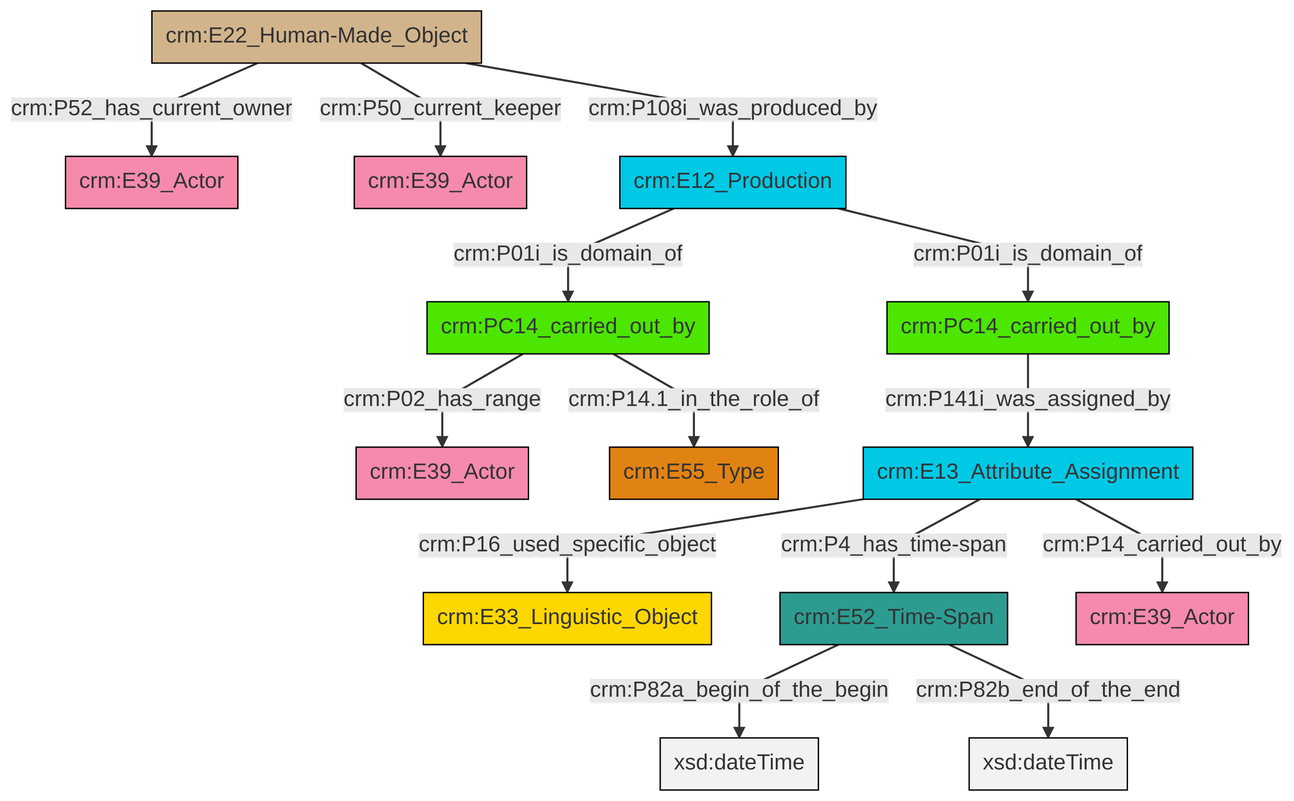
Earlier version of the Mermaid export et/carrierCSV/ttl/mmd/png/carrier_relations.png (swiss-art-research-net/docs.swissartresearch). Its source is kept beside it as et/carrierCSV/ttl/mmd/carrier_relations.ttl.mmd.
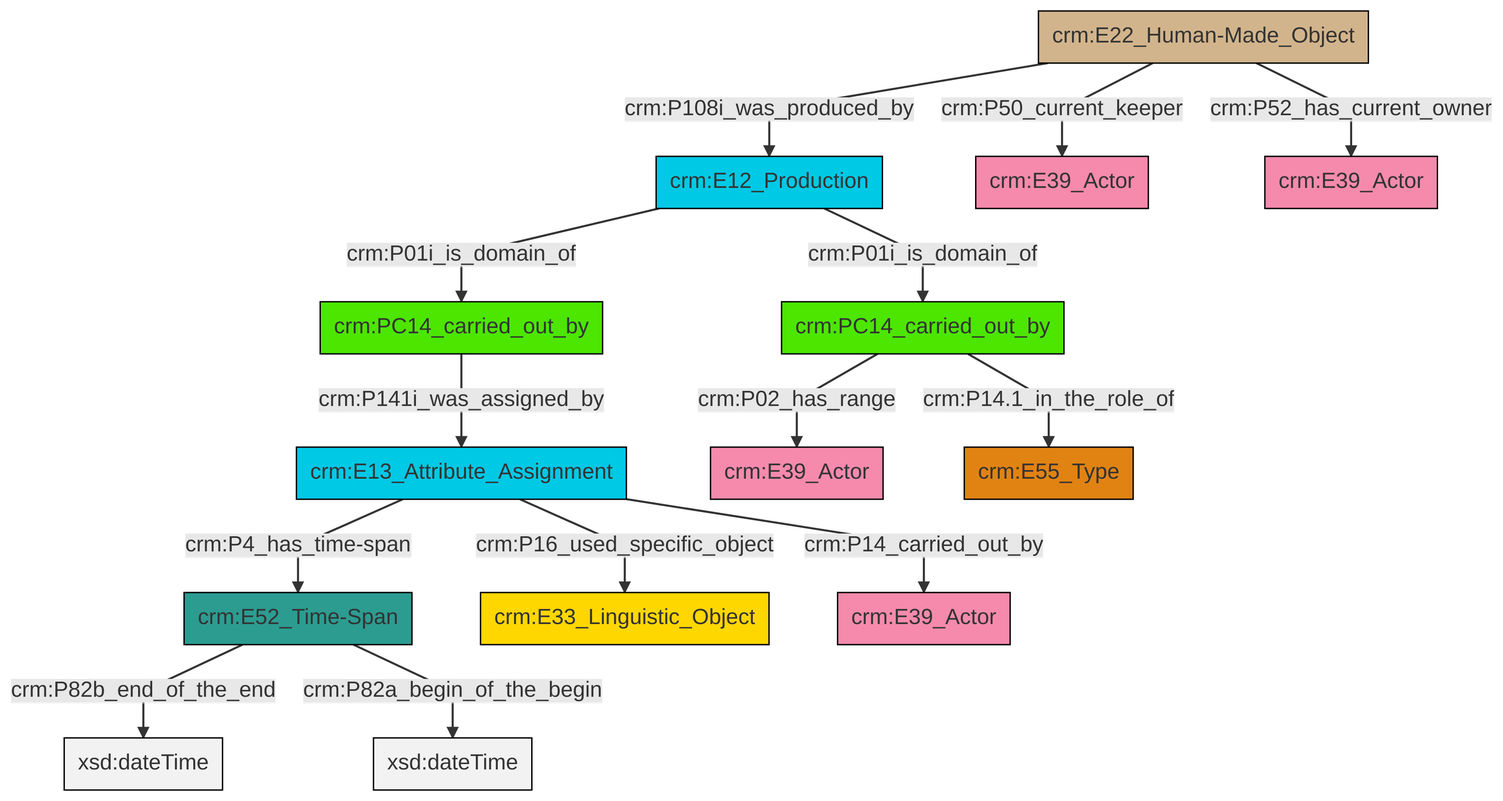
The same file after the commit.

What changed in the source:
```diff
@@ -13,16 +13,16 @@
 classDef PC_Classes fill:#4ce600, stroke:#000000;
 classDef Multi fill:#cccccc,stroke:#000000;
 
-0["crm:E22_Human-Made_Object"]:::Physical_Thing -->|crm:P52_has_current_owner| 1["crm:E39_Actor"]:::Actor
-4["crm:E52_Time-Span"]:::Time-Span -->|crm:P82a_begin_of_the_begin| 5[xsd:dateTime]:::Literal
-10["crm:PC14_carried_out_by"]:::PC_Classes -->|crm:P14.1_in_the_role_of| 11["crm:E55_Type"]:::Type
-4["crm:E52_Time-Span"]:::Time-Span -->|crm:P82b_end_of_the_end| 12[xsd:dateTime]:::Literal
-10["crm:PC14_carried_out_by"]:::PC_Classes -->|crm:P02_has_range| 6["crm:E39_Actor"]:::Actor
-0["crm:E22_Human-Made_Object"]:::Physical_Thing -->|crm:P50_current_keeper| 14["crm:E39_Actor"]:::Actor
-20["crm:E13_Attribute_Assignment"]:::Temporal_Entity -->|crm:P16_used_specific_object| 2["crm:E33_Linguistic_Object"]:::Conceptual_Object
-8["crm:PC14_carried_out_by"]:::PC_Classes -->|crm:P141i_was_assigned_by| 20["crm:E13_Attribute_Assignment"]:::Temporal_Entity
-20["crm:E13_Attribute_Assignment"]:::Temporal_Entity -->|crm:P14_carried_out_by| 21["crm:E39_Actor"]:::Actor
-18["crm:E12_Production"]:::Temporal_Entity -->|crm:P01i_is_domain_of| 10["crm:PC14_carried_out_by"]:::PC_Classes
-0["crm:E22_Human-Made_Object"]:::Physical_Thing -->|crm:P108i_was_produced_by| 18["crm:E12_Production"]:::Temporal_Entity
-20["crm:E13_Attribute_Assignment"]:::Temporal_Entity -->|crm:P4_has_time-span| 4["crm:E52_Time-Span"]:::Time-Span
-18["crm:E12_Production"]:::Temporal_Entity -->|crm:P01i_is_domain_of| 8["crm:PC14_carried_out_by"]:::PC_Classes
+0["crm:E13_Attribute_Assignment"]:::Temporal_Entity -->|crm:P4_has_time-span| 1["crm:E52_Time-Span"]:::Time-Span
+2["crm:E12_Production"]:::Temporal_Entity -->|crm:P01i_is_domain_of| 3["crm:PC14_carried_out_by"]:::PC_Classes
+2["crm:E12_Production"]:::Temporal_Entity -->|crm:P01i_is_domain_of| 6["crm:PC14_carried_out_by"]:::PC_Classes
+7["crm:E22_Human-Made_Object"]:::Physical_Thing -->|crm:P108i_was_produced_by| 2["crm:E12_Production"]:::Temporal_Entity
+0["crm:E13_Attribute_Assignment"]:::Temporal_Entity -->|crm:P16_used_specific_object| 8["crm:E33_Linguistic_Object"]:::Conceptual_Object
+1["crm:E52_Time-Span"]:::Time-Span -->|crm:P82b_end_of_the_end| 14[xsd:dateTime]:::Literal
+7["crm:E22_Human-Made_Object"]:::Physical_Thing -->|crm:P52_has_current_owner| 15["crm:E39_Actor"]:::Actor
+3["crm:PC14_carried_out_by"]:::PC_Classes -->|crm:P14.1_in_the_role_of| 17["crm:E55_Type"]:::Type
+6["crm:PC14_carried_out_by"]:::PC_Classes -->|crm:P141i_was_assigned_by| 0["crm:E13_Attribute_Assignment"]:::Temporal_Entity
+1["crm:E52_Time-Span"]:::Time-Span -->|crm:P82a_begin_of_the_begin| 19[xsd:dateTime]:::Literal
+7["crm:E22_Human-Made_Object"]:::Physical_Thing -->|crm:P50_current_keeper| 4["crm:E39_Actor"]:::Actor
+3["crm:PC14_carried_out_by"]:::PC_Classes -->|crm:P02_has_range| 9["crm:E39_Actor"]:::Actor
+0["crm:E13_Attribute_Assignment"]:::Temporal_Entity -->|crm:P14_carried_out_by| 24["crm:E39_Actor"]:::Actor
```
